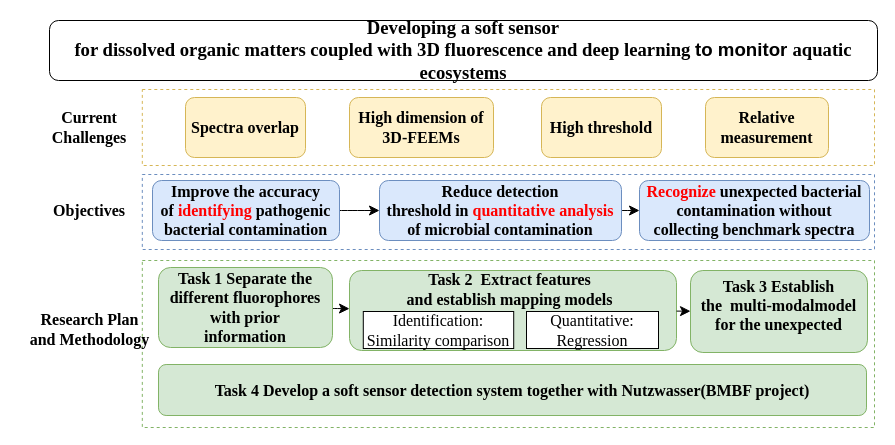
Above: he's lab rp/rp_he.drawio in chbambooshoot/digram (draw.io), before the change. Source tidied: cells renumbered, new cells numbered last; positions are measured from the earlier drawing's top-left corner, leaving out a move shared by most shapes. Both pictures are drawn from the tidied source at 100%, with x=0, y=0 at pixel (17, 20).
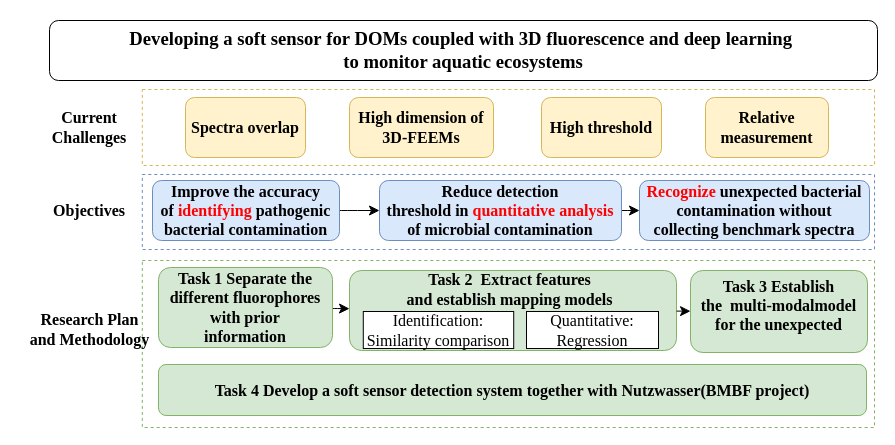
Above is the later version.

The edit, as a diff of the source:
```diff
@@
-    <mxCell id="20" value="&lt;a name=&quot;OLE_LINK8&quot;&gt;&lt;b&gt;&lt;span style=&quot;font-size:14.0pt;font-family:&amp;quot;Times New Roman&amp;quot;,serif;mso-fareast-font-family:&lt;br/&gt;等线;mso-fareast-theme-font:minor-fareast;mso-font-kerning:1.0pt;mso-ansi-language:&lt;br/&gt;EN-US;mso-fareast-language:ZH-CN;mso-bidi-language:AR-SA&quot; lang=&quot;EN-US&quot;&gt;Developing a soft sensor&lt;br/&gt;for dissolved organic matters coupled with 3D fluorescence and &lt;/span&gt;&lt;/b&gt;&lt;/a&gt;&lt;a name=&quot;OLE_LINK13&quot;&gt;&lt;b&gt;&lt;span style=&quot;font-size:14.0pt;font-family:&amp;quot;Times New Roman&amp;quot;,serif;&lt;br/&gt;mso-fareast-font-family:等线;mso-fareast-theme-font:minor-fareast;mso-font-kerning:&lt;br/&gt;1.0pt;mso-ansi-language:EN-US;mso-fareast-language:ZH-CN;mso-bidi-language:&lt;br/&gt;AR-SA&quot; lang=&quot;EN-US&quot;&gt;deep learning&lt;/span&gt;&lt;/b&gt;&lt;/a&gt;&lt;a name=&quot;_Hlk170631055&quot;&gt;&lt;b&gt;&lt;span style=&quot;font-size:14.0pt;font-family:&amp;quot;Times New Roman&amp;quot;,serif;mso-fareast-font-family:&lt;br/&gt;等线;mso-fareast-theme-font:minor-fareast;mso-font-kerning:1.0pt;mso-ansi-language:&lt;br/&gt;EN-US;mso-fareast-language:ZH-CN;mso-bidi-language:AR-SA&quot; lang=&quot;EN-US&quot;&gt; &lt;/span&gt;&lt;/b&gt;&lt;/a&gt;&lt;b&gt;&lt;span style=&quot;font-size:14.0pt;&lt;br/&gt;font-family:&amp;quot;Times New Roman&amp;quot;,serif;mso-fareast-font-family:等线;mso-fareast-theme-font:&lt;br/&gt;minor-fareast;mso-font-kerning:1.0pt;mso-ansi-language:EN-US;mso-fareast-language:&lt;br/&gt;ZH-CN;mso-bidi-language:AR-SA&quot; lang=&quot;EN-US&quot;&gt;to monitor &lt;/span&gt;&lt;/b&gt;&lt;b&gt;&lt;span style=&quot;font-size:14.0pt;font-family:&amp;quot;Times New Roman&amp;quot;,serif;&lt;br/&gt;mso-fareast-font-family:等线;mso-fareast-theme-font:minor-fareast;mso-font-kerning:&lt;br/&gt;1.0pt;mso-ansi-language:EN-US;mso-fareast-language:ZH-CN;mso-bidi-language:&lt;br/&gt;AR-SA&quot; lang=&quot;EN-US&quot;&gt;aquatic ecosystems&lt;/span&gt;&lt;/b&gt;" style="rounded=1;whiteSpace=wrap;html=1;fontSize=16;fontStyle=1;" parent="1" vertex="1">
+    <mxCell id="20" value="&lt;font face=&quot;Times New Roman&quot;&gt;&lt;a name=&quot;OLE_LINK8&quot;&gt;&lt;b&gt;&lt;span style=&quot;font-size: 14pt;&quot; lang=&quot;EN-US&quot;&gt;Developing a soft sensor&amp;nbsp;for DOMs coupled with 3D fluorescence and &lt;/span&gt;&lt;/b&gt;&lt;/a&gt;&lt;a name=&quot;OLE_LINK13&quot;&gt;&lt;b&gt;&lt;span style=&quot;font-size: 14pt;&quot; lang=&quot;EN-US&quot;&gt;deep learning&lt;/span&gt;&lt;/b&gt;&lt;/a&gt;&lt;a name=&quot;_Hlk170631055&quot;&gt;&lt;b&gt;&lt;span style=&quot;font-size: 14pt;&quot; lang=&quot;EN-US&quot;&gt;&amp;nbsp;&lt;/span&gt;&lt;/b&gt;&lt;/a&gt;&lt;/font&gt;&lt;div&gt;&lt;font face=&quot;Times New Roman&quot;&gt;&lt;b&gt;&lt;span style=&quot;font-size:14.0pt;&lt;br/&gt;font-family:&amp;quot;Times New Roman&amp;quot;,serif;mso-fareast-font-family:等线;mso-fareast-theme-font:&lt;br/&gt;minor-fareast;mso-font-kerning:1.0pt;mso-ansi-language:EN-US;mso-fareast-language:&lt;br/&gt;ZH-CN;mso-bidi-language:AR-SA&quot; lang=&quot;EN-US&quot;&gt;to monitor &lt;/span&gt;&lt;/b&gt;&lt;b&gt;&lt;span style=&quot;font-size: 14pt;&quot; lang=&quot;EN-US&quot;&gt;aquatic ecosystems&lt;/span&gt;&lt;/b&gt;&lt;/font&gt;&lt;/div&gt;" style="rounded=1;whiteSpace=wrap;html=1;fontSize=16;fontStyle=1;" parent="1" vertex="1">
       <mxGeometry x="32" width="828" height="60" as="geometry" />
     </mxCell>
```
